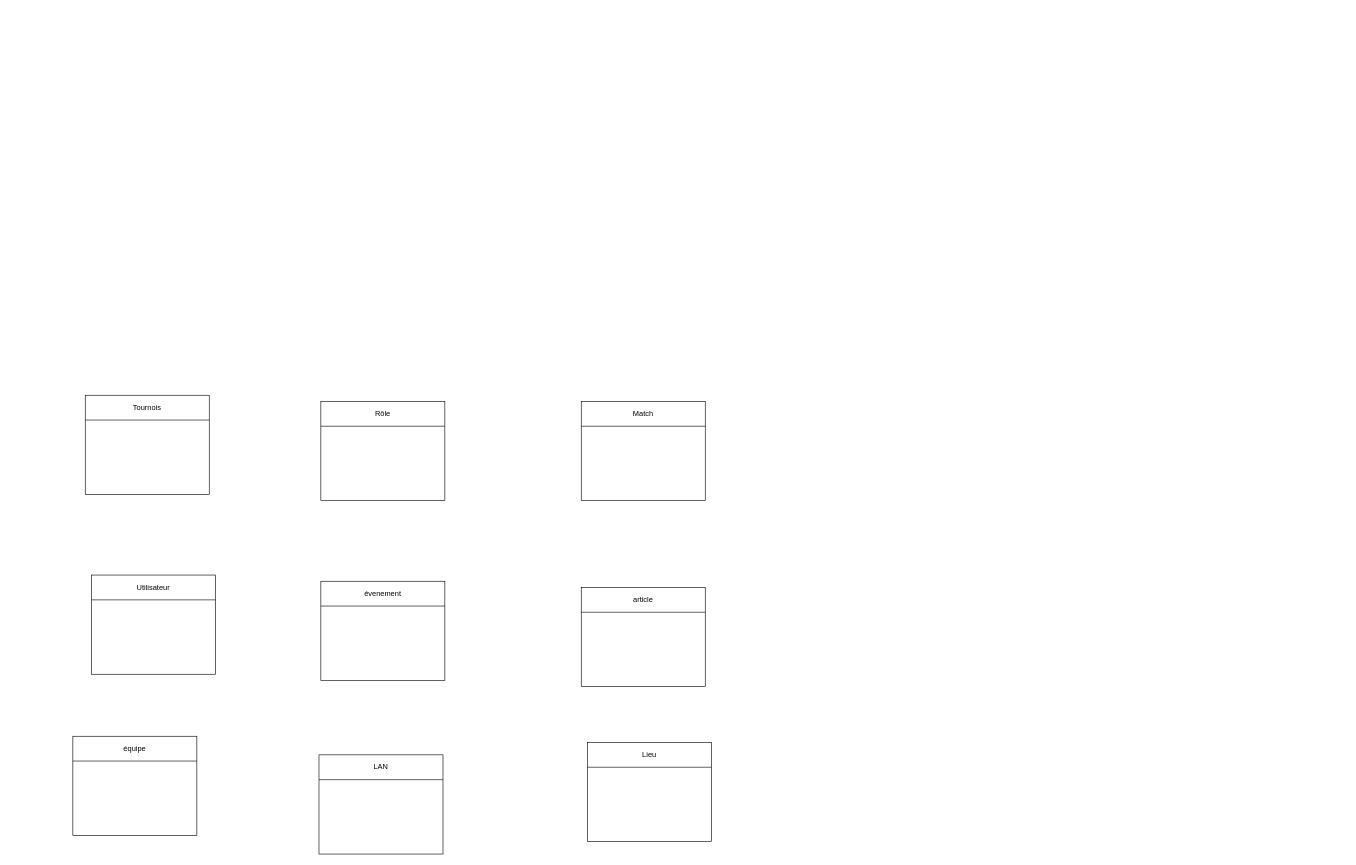
Above: DOC/ProjetWebDBMCD.drawio in yovatar/E-LAN (draw.io), before the change. Source tidied: cells renumbered, new cells numbered last; positions are measured from the earlier drawing's top-left corner, leaving out a move shared by most shapes. Both pictures are drawn from the tidied source at 62%, with x=0, y=0 at pixel (73, 395).
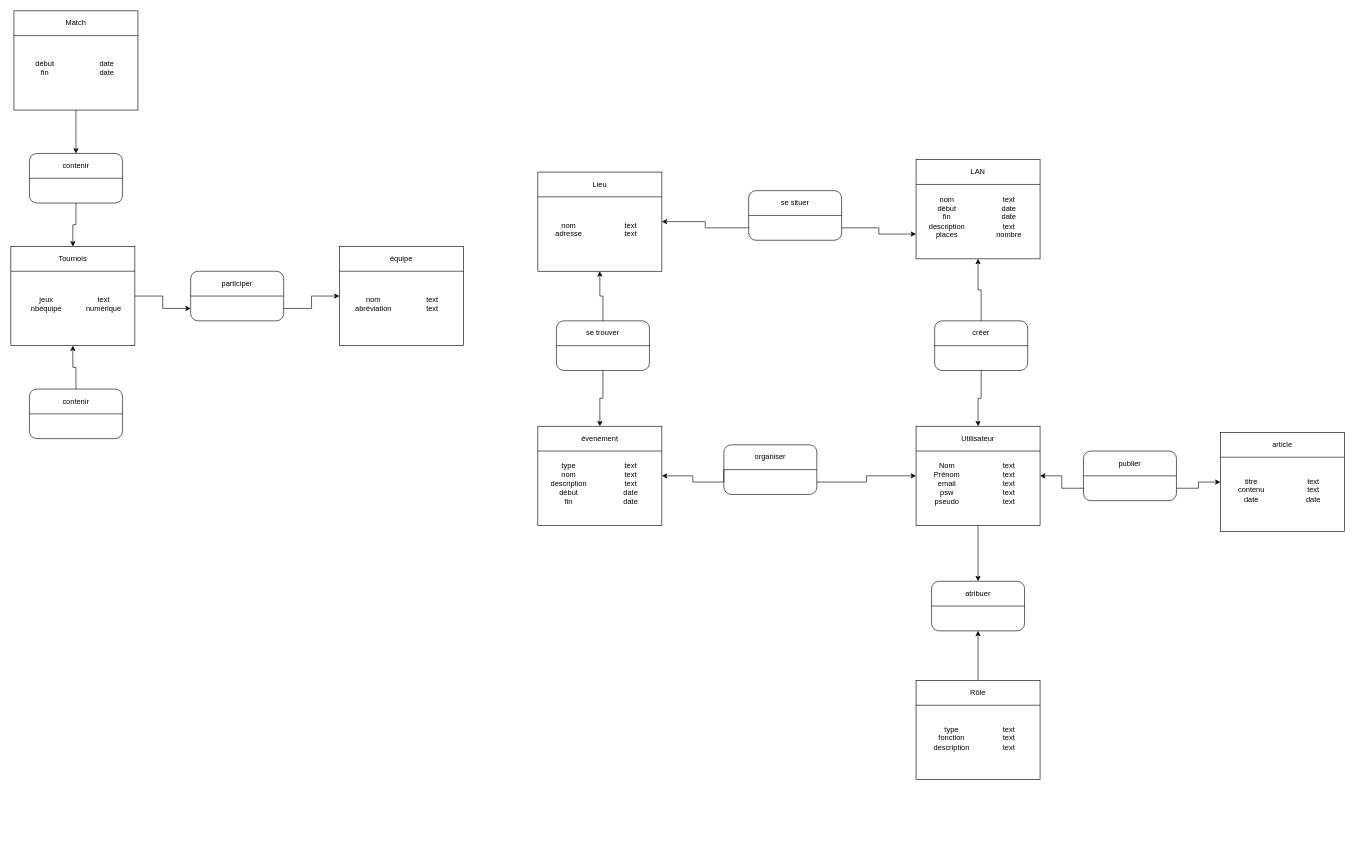
The same diagram, later.

The change refers to these unchanged cells:
```xml
<mxCell id="3" style="rounded=0;whiteSpace=wrap;html=1;" parent="2" vertex="1">
  <mxGeometry width="200" height="160" as="geometry" />
</mxCell>
<mxCell id="5" value="Utilisateur" style="text;html=1;strokeColor=none;fillColor=none;align=center;verticalAlign=middle;whiteSpace=wrap;rounded=0;" parent="2" vertex="1">
  <mxGeometry width="200" height="40" as="geometry" />
</mxCell>
<mxCell id="7" style="rounded=0;whiteSpace=wrap;html=1;" parent="6" vertex="1">
  <mxGeometry width="200" height="160" as="geometry" />
</mxCell>
<mxCell id="11" style="rounded=0;whiteSpace=wrap;html=1;" parent="10" vertex="1">
  <mxGeometry width="200" height="160" as="geometry" />
</mxCell>
<mxCell id="15" style="rounded=0;whiteSpace=wrap;html=1;" parent="14" vertex="1">
  <mxGeometry width="200" height="160" as="geometry" />
</mxCell>
<mxCell id="17" value="évenement" style="text;html=1;strokeColor=none;fillColor=none;align=center;verticalAlign=middle;whiteSpace=wrap;rounded=0;" parent="14" vertex="1">
  <mxGeometry width="200" height="40" as="geometry" />
</mxCell>
<mxCell id="21" value="Rôle" style="text;html=1;strokeColor=none;fillColor=none;align=center;verticalAlign=middle;whiteSpace=wrap;rounded=0;" parent="18" vertex="1">
  <mxGeometry width="200" height="40" as="geometry" />
</mxCell>
<mxCell id="23" style="rounded=0;whiteSpace=wrap;html=1;" parent="22" vertex="1">
  <mxGeometry width="200" height="160" as="geometry" />
</mxCell>
<mxCell id="25" value="Tournois" style="text;html=1;strokeColor=none;fillColor=none;align=center;verticalAlign=middle;whiteSpace=wrap;rounded=0;" parent="22" vertex="1">
  <mxGeometry width="200" height="40" as="geometry" />
</mxCell>
<mxCell id="27" style="rounded=0;whiteSpace=wrap;html=1;" parent="26" vertex="1">
  <mxGeometry width="200" height="160" as="geometry" />
</mxCell>
<mxCell id="31" style="rounded=0;whiteSpace=wrap;html=1;" parent="30" vertex="1">
  <mxGeometry width="200" height="160" as="geometry" />
</mxCell>
<mxCell id="35" style="rounded=0;whiteSpace=wrap;html=1;" parent="34" vertex="1">
  <mxGeometry width="200" height="160" as="geometry" />
</mxCell>
```

What changed in the source:
```diff
@@
     <mxCell id="2" style="group;" parent="1" vertex="1">
-      <mxGeometry x="30" y="290" width="200" height="160" as="geometry" />
+      <mxGeometry x="1360" y="50" width="200" height="160" as="geometry" />
     </mxCell>
@@
+    <mxCell id="38" value="Nom&lt;br&gt;Prénom&lt;br&gt;email&lt;br&gt;psw&lt;br&gt;pseudo&lt;br&gt;&lt;br&gt;" style="text;html=1;strokeColor=none;fillColor=none;align=center;verticalAlign=middle;whiteSpace=wrap;rounded=0;" parent="2" vertex="1">
+      <mxGeometry y="40" width="100" height="120" as="geometry" />
+    </mxCell>
+    <mxCell id="39" value="text&lt;br&gt;text&lt;br&gt;text&lt;br&gt;text&lt;br&gt;text&lt;br&gt;&lt;br&gt;" style="text;html=1;strokeColor=none;fillColor=none;align=center;verticalAlign=middle;whiteSpace=wrap;rounded=0;" parent="2" vertex="1">
+      <mxGeometry x="100" y="40" width="100" height="120" as="geometry" />
+    </mxCell>
     <mxCell id="6" style="group;" parent="1" vertex="1">
-      <mxGeometry x="830" y="560" width="200" height="160" as="geometry" />
+      <mxGeometry x="750" y="-360" width="200" height="160" as="geometry" />
     </mxCell>
@@
+    <mxCell id="40" value="text&lt;br&gt;text&lt;br&gt;&lt;br&gt;" style="text;html=1;strokeColor=none;fillColor=none;align=center;verticalAlign=middle;whiteSpace=wrap;rounded=0;" parent="6" vertex="1">
+      <mxGeometry x="100" y="40" width="100" height="120" as="geometry" />
+    </mxCell>
     <mxCell id="10" style="group;" parent="1" vertex="1">
-      <mxGeometry y="550" width="200" height="160" as="geometry" />
+      <mxGeometry x="430" y="-240" width="200" height="160" as="geometry" />
     </mxCell>
@@
+    <mxCell id="41" value="nom&lt;br&gt;abréviation&lt;br&gt;&lt;br&gt;" style="text;html=1;strokeColor=none;fillColor=none;align=center;verticalAlign=middle;whiteSpace=wrap;rounded=0;" parent="10" vertex="1">
+      <mxGeometry y="40" width="110" height="120" as="geometry" />
+    </mxCell>
+    <mxCell id="42" value="text&lt;br&gt;text&lt;br&gt;&lt;br&gt;" style="text;html=1;strokeColor=none;fillColor=none;align=center;verticalAlign=middle;whiteSpace=wrap;rounded=0;" parent="10" vertex="1">
+      <mxGeometry x="100" y="40" width="100" height="120" as="geometry" />
+    </mxCell>
     <mxCell id="14" style="group;" parent="1" vertex="1">
-      <mxGeometry x="400" y="300" width="200" height="160" as="geometry" />
+      <mxGeometry x="750" y="50" width="200" height="160" as="geometry" />
     </mxCell>
@@
+    <mxCell id="43" value="type&lt;br&gt;nom&lt;br&gt;description&lt;br&gt;début&lt;br&gt;fin&lt;br&gt;&lt;br&gt;" style="text;html=1;strokeColor=none;fillColor=none;align=center;verticalAlign=middle;whiteSpace=wrap;rounded=0;" parent="14" vertex="1">
+      <mxGeometry y="40" width="100" height="120" as="geometry" />
+    </mxCell>
+    <mxCell id="44" value="text&lt;br&gt;text&lt;br&gt;text&lt;br&gt;date&lt;br&gt;date&lt;br&gt;&lt;br&gt;" style="text;html=1;strokeColor=none;fillColor=none;align=center;verticalAlign=middle;whiteSpace=wrap;rounded=0;" parent="14" vertex="1">
+      <mxGeometry x="100" y="40" width="100" height="120" as="geometry" />
+    </mxCell>
     <mxCell id="18" style="group;" parent="1" vertex="1">
-      <mxGeometry x="400" y="10" width="200" height="160" as="geometry" />
+      <mxGeometry x="1360" y="460" width="200" height="160" as="geometry" />
     </mxCell>
@@
+    <mxCell id="45" value="type&lt;br&gt;fonction&lt;br&gt;description&lt;br&gt;&lt;br&gt;" style="text;html=1;strokeColor=none;fillColor=none;align=center;verticalAlign=middle;whiteSpace=wrap;rounded=0;" parent="18" vertex="1">
+      <mxGeometry x="5" y="40" width="105" height="120" as="geometry" />
+    </mxCell>
+    <mxCell id="46" value="text&lt;br&gt;text&lt;br&gt;text&lt;br&gt;&lt;br&gt;" style="text;html=1;strokeColor=none;fillColor=none;align=center;verticalAlign=middle;whiteSpace=wrap;rounded=0;" parent="18" vertex="1">
+      <mxGeometry x="100" y="40" width="100" height="120" as="geometry" />
+    </mxCell>
     <mxCell id="22" style="group;" parent="1" vertex="1">
-      <mxGeometry x="20" width="200" height="160" as="geometry" />
+      <mxGeometry x="-100" y="-240" width="200" height="160" as="geometry" />
     </mxCell>
@@
+    <mxCell id="47" value="&lt;br&gt;jeux&lt;br&gt;nbéquipe&lt;br&gt;&lt;br&gt;&lt;br&gt;" style="text;html=1;strokeColor=none;fillColor=none;align=center;verticalAlign=middle;whiteSpace=wrap;rounded=0;" parent="22" vertex="1">
+      <mxGeometry x="5" y="40" width="105" height="120" as="geometry" />
+    </mxCell>
+    <mxCell id="48" value="text&lt;br&gt;numérique&lt;br&gt;&lt;br&gt;" style="text;html=1;strokeColor=none;fillColor=none;align=center;verticalAlign=middle;whiteSpace=wrap;rounded=0;" parent="22" vertex="1">
+      <mxGeometry x="100" y="40" width="100" height="120" as="geometry" />
+    </mxCell>
     <mxCell id="26" style="group;" parent="1" vertex="1">
-      <mxGeometry x="397" y="580" width="200" height="160" as="geometry" />
+      <mxGeometry x="1360" y="-380" width="200" height="160" as="geometry" />
     </mxCell>
@@
+    <mxCell id="49" value="nom&lt;br&gt;début&lt;br&gt;fin&lt;br&gt;description&lt;br&gt;places&lt;br&gt;&lt;br&gt;" style="text;html=1;strokeColor=none;fillColor=none;align=center;verticalAlign=middle;whiteSpace=wrap;rounded=0;" parent="26" vertex="1">
+      <mxGeometry y="40" width="100" height="120" as="geometry" />
+    </mxCell>
+    <mxCell id="50" value="text&lt;br&gt;date&lt;br&gt;date&lt;br&gt;text&lt;br&gt;nombre&lt;br&gt;&lt;br&gt;" style="text;html=1;strokeColor=none;fillColor=none;align=center;verticalAlign=middle;whiteSpace=wrap;rounded=0;" parent="26" vertex="1">
+      <mxGeometry x="100" y="40" width="100" height="120" as="geometry" />
+    </mxCell>
     <mxCell id="30" style="group;" parent="1" vertex="1">
-      <mxGeometry x="820" y="310" width="200" height="160" as="geometry" />
+      <mxGeometry x="1851" y="60" width="200" height="160" as="geometry" />
     </mxCell>
@@
+    <mxCell id="51" value="titre&lt;br&gt;contenu&lt;br&gt;date&lt;br&gt;&lt;br&gt;" style="text;html=1;strokeColor=none;fillColor=none;align=center;verticalAlign=middle;whiteSpace=wrap;rounded=0;" parent="30" vertex="1">
+      <mxGeometry y="40" width="100" height="120" as="geometry" />
+    </mxCell>
+    <mxCell id="52" value="text&lt;br&gt;text&lt;br&gt;date&lt;br&gt;&lt;br&gt;" style="text;html=1;strokeColor=none;fillColor=none;align=center;verticalAlign=middle;whiteSpace=wrap;rounded=0;" parent="30" vertex="1">
+      <mxGeometry x="100" y="40" width="100" height="120" as="geometry" />
+    </mxCell>
     <mxCell id="34" style="group;" parent="1" vertex="1">
-      <mxGeometry x="820" y="10" width="200" height="160" as="geometry" />
+      <mxGeometry x="-95" y="-620" width="200" height="160" as="geometry" />
     </mxCell>
@@
+    <mxCell id="53" value="début&lt;br&gt;fin&lt;br&gt;&lt;br&gt;" style="text;html=1;strokeColor=none;fillColor=none;align=center;verticalAlign=middle;whiteSpace=wrap;rounded=0;" parent="34" vertex="1">
+      <mxGeometry y="40" width="100" height="120" as="geometry" />
+    </mxCell>
+    <mxCell id="54" value="date&lt;br&gt;date&lt;br&gt;&lt;br&gt;" style="text;html=1;strokeColor=none;fillColor=none;align=center;verticalAlign=middle;whiteSpace=wrap;rounded=0;" parent="34" vertex="1">
+      <mxGeometry x="100" y="40" width="100" height="120" as="geometry" />
+    </mxCell>
+    <mxCell id="55" style="group;" parent="1" vertex="1">
+      <mxGeometry x="1385" y="300" width="150" height="80" as="geometry" />
+    </mxCell>
+    <mxCell id="56" style="rounded=1;whiteSpace=wrap;html=1;" parent="55" vertex="1">
+      <mxGeometry width="150" height="80" as="geometry" />
+    </mxCell>
+    <mxCell id="57" style="endArrow=none;html=1;exitX=0;exitY=0.5;exitDx=0;exitDy=0;entryX=1;entryY=0.5;entryDx=0;entryDy=0;" parent="55" edge="1" source="56" target="56">
+      <mxGeometry relative="1" as="geometry" />
+    </mxCell>
+    <mxCell id="58" value="atribuer" style="text;html=1;strokeColor=none;fillColor=none;align=center;verticalAlign=middle;whiteSpace=wrap;rounded=0;" parent="55" vertex="1">
+      <mxGeometry width="150" height="40" as="geometry" />
+    </mxCell>
+    <mxCell id="59" style="edgeStyle=orthogonalEdgeStyle;rounded=0;jettySize=auto;html=1;exitX=0.5;exitY=1;exitDx=0;exitDy=0;entryX=0.5;entryY=0;entryDx=0;entryDy=0;" parent="1" edge="1" source="3" target="58">
+      <mxGeometry relative="1" as="geometry" />
+    </mxCell>
+    <mxCell id="60" style="edgeStyle=orthogonalEdgeStyle;rounded=0;jettySize=auto;html=1;exitX=0.5;exitY=0;exitDx=0;exitDy=0;entryX=0.5;entryY=1;entryDx=0;entryDy=0;" parent="1" edge="1" source="21" target="56">
+      <mxGeometry relative="1" as="geometry" />
+    </mxCell>
+    <mxCell id="61" style="group;" parent="1" vertex="1">
+      <mxGeometry x="1050" y="80" width="150" height="80" as="geometry" />
+    </mxCell>
+    <mxCell id="62" style="rounded=1;whiteSpace=wrap;html=1;" parent="61" vertex="1">
+      <mxGeometry width="150" height="80" as="geometry" />
+    </mxCell>
+    <mxCell id="63" style="endArrow=none;html=1;exitX=0;exitY=0.5;exitDx=0;exitDy=0;entryX=1;entryY=0.5;entryDx=0;entryDy=0;" parent="61" edge="1" source="62" target="62">
+      <mxGeometry relative="1" as="geometry" />
+    </mxCell>
+    <mxCell id="64" value="organiser" style="text;html=1;strokeColor=none;fillColor=none;align=center;verticalAlign=middle;whiteSpace=wrap;rounded=0;" parent="61" vertex="1">
+      <mxGeometry width="150" height="40" as="geometry" />
+    </mxCell>
+    <mxCell id="65" style="edgeStyle=orthogonalEdgeStyle;rounded=0;jettySize=auto;html=1;exitX=0;exitY=1;exitDx=0;exitDy=0;" parent="1" edge="1" source="64" target="15">
+      <mxGeometry relative="1" as="geometry" />
+    </mxCell>
+    <mxCell id="66" style="edgeStyle=orthogonalEdgeStyle;rounded=0;jettySize=auto;html=1;exitX=1;exitY=0.75;exitDx=0;exitDy=0;" parent="1" edge="1" source="62" target="3">
+      <mxGeometry relative="1" as="geometry" />
+    </mxCell>
+    <mxCell id="67" style="group;" parent="1" vertex="1">
+      <mxGeometry x="1390" y="-120" width="150" height="80" as="geometry" />
+    </mxCell>
+    <mxCell id="68" style="rounded=1;whiteSpace=wrap;html=1;" parent="67" vertex="1">
+      <mxGeometry width="150" height="80" as="geometry" />
+    </mxCell>
+    <mxCell id="69" style="endArrow=none;html=1;exitX=0;exitY=0.5;exitDx=0;exitDy=0;entryX=1;entryY=0.5;entryDx=0;entryDy=0;" parent="67" edge="1" source="68" target="68">
+      <mxGeometry relative="1" as="geometry" />
+    </mxCell>
+    <mxCell id="70" value="créer" style="text;html=1;strokeColor=none;fillColor=none;align=center;verticalAlign=middle;whiteSpace=wrap;rounded=0;" parent="67" vertex="1">
+      <mxGeometry width="150" height="40" as="geometry" />
+    </mxCell>
+    <mxCell id="71" style="edgeStyle=orthogonalEdgeStyle;rounded=0;jettySize=auto;html=1;exitX=0.5;exitY=1;exitDx=0;exitDy=0;entryX=0.5;entryY=0;entryDx=0;entryDy=0;" parent="1" edge="1" source="68" target="5">
+      <mxGeometry relative="1" as="geometry" />
+    </mxCell>
+    <mxCell id="72" style="edgeStyle=orthogonalEdgeStyle;rounded=0;jettySize=auto;html=1;exitX=0.5;exitY=0;exitDx=0;exitDy=0;" parent="1" edge="1" source="70" target="27">
+      <mxGeometry relative="1" as="geometry" />
+    </mxCell>
+    <mxCell id="73" style="group;" parent="1" vertex="1">
+      <mxGeometry x="780" y="-120" width="150" height="80" as="geometry" />
+    </mxCell>
+    <mxCell id="74" style="rounded=1;whiteSpace=wrap;html=1;" parent="73" vertex="1">
+      <mxGeometry width="150" height="80" as="geometry" />
+    </mxCell>
+    <mxCell id="75" style="endArrow=none;html=1;exitX=0;exitY=0.5;exitDx=0;exitDy=0;entryX=1;entryY=0.5;entryDx=0;entryDy=0;" parent="73" edge="1" source="74" target="74">
+      <mxGeometry relative="1" as="geometry" />
+    </mxCell>
+    <mxCell id="76" style="group;" parent="1" vertex="1">
+      <mxGeometry x="-70" y="-10" width="150" height="80" as="geometry" />
+    </mxCell>
+    <mxCell id="77" style="rounded=1;whiteSpace=wrap;html=1;" parent="76" vertex="1">
+      <mxGeometry width="150" height="80" as="geometry" />
+    </mxCell>
+    <mxCell id="78" style="endArrow=none;html=1;exitX=0;exitY=0.5;exitDx=0;exitDy=0;entryX=1;entryY=0.5;entryDx=0;entryDy=0;" parent="76" edge="1" source="77" target="77">
+      <mxGeometry relative="1" as="geometry" />
+    </mxCell>
+    <mxCell id="79" value="contenir" style="text;html=1;strokeColor=none;fillColor=none;align=center;verticalAlign=middle;whiteSpace=wrap;rounded=0;" parent="76" vertex="1">
+      <mxGeometry width="150" height="40" as="geometry" />
+    </mxCell>
+    <mxCell id="80" style="edgeStyle=orthogonalEdgeStyle;rounded=0;jettySize=auto;html=1;exitX=0.5;exitY=0;exitDx=0;exitDy=0;" parent="1" edge="1" source="79" target="23">
+      <mxGeometry relative="1" as="geometry" />
+    </mxCell>
+    <mxCell id="81" style="group;" parent="1" vertex="1">
+      <mxGeometry x="190" y="-200" width="150" height="80" as="geometry" />
+    </mxCell>
+    <mxCell id="82" style="rounded=1;whiteSpace=wrap;html=1;" parent="81" vertex="1">
+      <mxGeometry width="150" height="80" as="geometry" />
+    </mxCell>
+    <mxCell id="83" style="endArrow=none;html=1;exitX=0;exitY=0.5;exitDx=0;exitDy=0;entryX=1;entryY=0.5;entryDx=0;entryDy=0;" parent="81" edge="1" source="82" target="82">
+      <mxGeometry relative="1" as="geometry" />
+    </mxCell>
+    <mxCell id="84" value="participer" style="text;html=1;strokeColor=none;fillColor=none;align=center;verticalAlign=middle;whiteSpace=wrap;rounded=0;" parent="81" vertex="1">
+      <mxGeometry width="150" height="40" as="geometry" />
+    </mxCell>
+    <mxCell id="85" style="edgeStyle=orthogonalEdgeStyle;rounded=0;jettySize=auto;html=1;exitX=0.5;exitY=0;exitDx=0;exitDy=0;entryX=0.5;entryY=1;entryDx=0;entryDy=0;" parent="1" edge="1" source="74" target="7">
+      <mxGeometry relative="1" as="geometry" />
+    </mxCell>
+    <mxCell id="86" style="edgeStyle=orthogonalEdgeStyle;rounded=0;jettySize=auto;html=1;exitX=0.5;exitY=1;exitDx=0;exitDy=0;entryX=0.5;entryY=0;entryDx=0;entryDy=0;" parent="1" edge="1" source="74" target="17">
+      <mxGeometry relative="1" as="geometry" />
+    </mxCell>
+    <mxCell id="87" style="group;" parent="1" vertex="1">
+      <mxGeometry x="1090" y="-330" width="150" height="80" as="geometry" />
+    </mxCell>
+    <mxCell id="88" style="rounded=1;whiteSpace=wrap;html=1;" parent="87" vertex="1">
+      <mxGeometry width="150" height="80" as="geometry" />
+    </mxCell>
+    <mxCell id="89" style="endArrow=none;html=1;exitX=0;exitY=0.5;exitDx=0;exitDy=0;entryX=1;entryY=0.5;entryDx=0;entryDy=0;" parent="87" edge="1" source="88" target="88">
+      <mxGeometry relative="1" as="geometry" />
+    </mxCell>
+    <mxCell id="90" value="se situer" style="text;html=1;strokeColor=none;fillColor=none;align=center;verticalAlign=middle;whiteSpace=wrap;rounded=0;" parent="87" vertex="1">
+      <mxGeometry width="150" height="40" as="geometry" />
+    </mxCell>
+    <mxCell id="91" style="edgeStyle=orthogonalEdgeStyle;rounded=0;jettySize=auto;html=1;exitX=0;exitY=0.75;exitDx=0;exitDy=0;" parent="1" edge="1" source="88" target="7">
+      <mxGeometry relative="1" as="geometry" />
+    </mxCell>
+    <mxCell id="92" style="edgeStyle=orthogonalEdgeStyle;rounded=0;jettySize=auto;html=1;exitX=1;exitY=0.75;exitDx=0;exitDy=0;entryX=0;entryY=0.75;entryDx=0;entryDy=0;" parent="1" edge="1" source="88" target="27">
+      <mxGeometry relative="1" as="geometry" />
+    </mxCell>
+    <mxCell id="93" style="group;" parent="1" vertex="1">
+      <mxGeometry x="-70" y="-390" width="150" height="80" as="geometry" />
+    </mxCell>
+    <mxCell id="94" style="rounded=1;whiteSpace=wrap;html=1;" parent="93" vertex="1">
+      <mxGeometry width="150" height="80" as="geometry" />
+    </mxCell>
+    <mxCell id="95" style="endArrow=none;html=1;exitX=0;exitY=0.5;exitDx=0;exitDy=0;entryX=1;entryY=0.5;entryDx=0;entryDy=0;" parent="93" edge="1" source="94" target="94">
+      <mxGeometry relative="1" as="geometry" />
+    </mxCell>
+    <mxCell id="96" value="contenir" style="text;html=1;strokeColor=none;fillColor=none;align=center;verticalAlign=middle;whiteSpace=wrap;rounded=0;" parent="93" vertex="1">
+      <mxGeometry width="150" height="40" as="geometry" />
+    </mxCell>
+    <mxCell id="97" style="edgeStyle=orthogonalEdgeStyle;rounded=0;jettySize=auto;html=1;exitX=1;exitY=0.5;exitDx=0;exitDy=0;entryX=0;entryY=0.75;entryDx=0;entryDy=0;" parent="1" edge="1" source="23" target="82">
+      <mxGeometry relative="1" as="geometry" />
+    </mxCell>
+    <mxCell id="98" style="edgeStyle=orthogonalEdgeStyle;rounded=0;jettySize=auto;html=1;exitX=1;exitY=0.75;exitDx=0;exitDy=0;" parent="1" edge="1" source="82" target="11">
+      <mxGeometry relative="1" as="geometry" />
+    </mxCell>
+    <mxCell id="99" style="edgeStyle=orthogonalEdgeStyle;rounded=0;jettySize=auto;html=1;exitX=0.5;exitY=1;exitDx=0;exitDy=0;" parent="1" edge="1" source="35">
+      <mxGeometry relative="1" as="geometry">
+        <mxPoint x="5" y="-390" as="targetPoint" />
+      </mxGeometry>
+    </mxCell>
+    <mxCell id="100" style="edgeStyle=orthogonalEdgeStyle;rounded=0;jettySize=auto;html=1;exitX=0.5;exitY=1;exitDx=0;exitDy=0;entryX=0.5;entryY=0;entryDx=0;entryDy=0;" parent="1" edge="1" source="94" target="25">
+      <mxGeometry relative="1" as="geometry" />
+    </mxCell>
+    <mxCell id="101" style="group;" parent="1" vertex="1">
+      <mxGeometry x="1630" y="90" width="150" height="80" as="geometry" />
+    </mxCell>
+    <mxCell id="102" style="rounded=1;whiteSpace=wrap;html=1;" parent="101" vertex="1">
+      <mxGeometry width="150" height="80" as="geometry" />
+    </mxCell>
+    <mxCell id="103" style="endArrow=none;html=1;exitX=0;exitY=0.5;exitDx=0;exitDy=0;entryX=1;entryY=0.5;entryDx=0;entryDy=0;" parent="101" edge="1" source="102" target="102">
+      <mxGeometry relative="1" as="geometry" />
+    </mxCell>
+    <mxCell id="104" value="publier" style="text;html=1;strokeColor=none;fillColor=none;align=center;verticalAlign=middle;whiteSpace=wrap;rounded=0;" parent="101" vertex="1">
+      <mxGeometry width="150" height="40" as="geometry" />
+    </mxCell>
+    <mxCell id="105" style="edgeStyle=orthogonalEdgeStyle;rounded=0;jettySize=auto;html=1;exitX=0;exitY=0.75;exitDx=0;exitDy=0;" parent="1" edge="1" source="102" target="3">
+      <mxGeometry relative="1" as="geometry" />
+    </mxCell>
+    <mxCell id="106" style="edgeStyle=orthogonalEdgeStyle;rounded=0;jettySize=auto;html=1;exitX=1;exitY=0.75;exitDx=0;exitDy=0;" parent="1" edge="1" source="102" target="31">
+      <mxGeometry relative="1" as="geometry" />
+    </mxCell>
+    <mxCell id="107" value="se trouver" style="text;html=1;strokeColor=none;fillColor=none;align=center;verticalAlign=middle;whiteSpace=wrap;rounded=0;" parent="1" vertex="1">
+      <mxGeometry x="780" y="-120" width="150" height="40" as="geometry" />
+    </mxCell>
+    <mxCell id="108" value="nom&lt;br&gt;adresse&lt;br&gt;&lt;br&gt;" style="text;html=1;strokeColor=none;fillColor=none;align=center;verticalAlign=middle;whiteSpace=wrap;rounded=0;" parent="1" vertex="1">
+      <mxGeometry x="750" y="-320" width="100" height="120" as="geometry" />
+    </mxCell>
```
